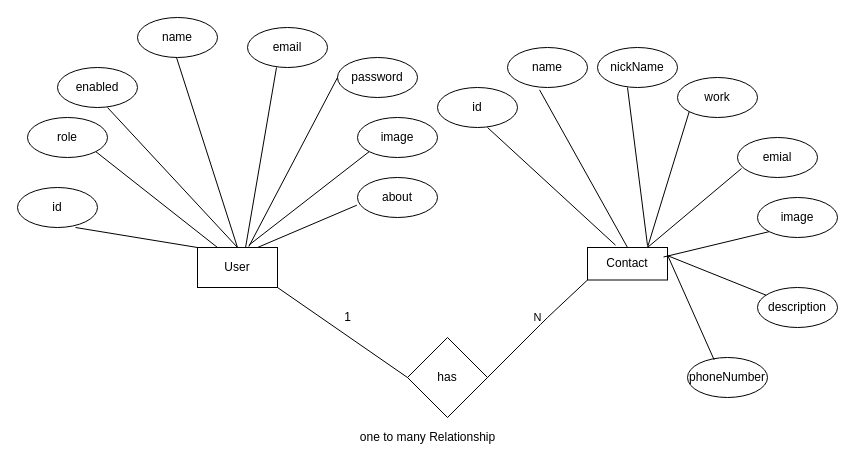
meyadavajeet/E-R-diagrams keeps this draw.io diagram as aj-cp.drawio. Above is the earlier version. Source tidied: cells renumbered, new cells numbered last; positions are measured from the earlier drawing's top-left corner, leaving out a move shared by most shapes. Both pictures are drawn from the tidied source at 100%, with x=0, y=0 at pixel (17, 17).
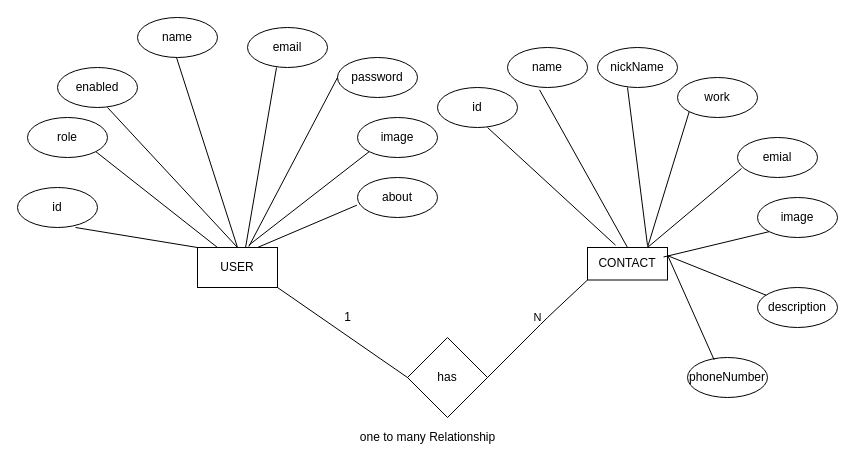
Above is the later version.

What changed in the source:
```diff
@@
-    <mxCell id="2" value="User" style="rounded=0;whiteSpace=wrap;html=1;" parent="1" vertex="1">
+    <mxCell id="2" value="USER" style="rounded=0;whiteSpace=wrap;html=1;" parent="1" vertex="1">
       <mxGeometry x="180" y="230" width="80" height="40" as="geometry" />
     </mxCell>
-    <mxCell id="3" value="Contact" style="rounded=0;whiteSpace=wrap;html=1;" parent="1" vertex="1">
+    <mxCell id="3" value="CONTACT" style="rounded=0;whiteSpace=wrap;html=1;" parent="1" vertex="1">
       <mxGeometry x="570" y="230" width="80" height="32.5" as="geometry" />
     </mxCell>
```
